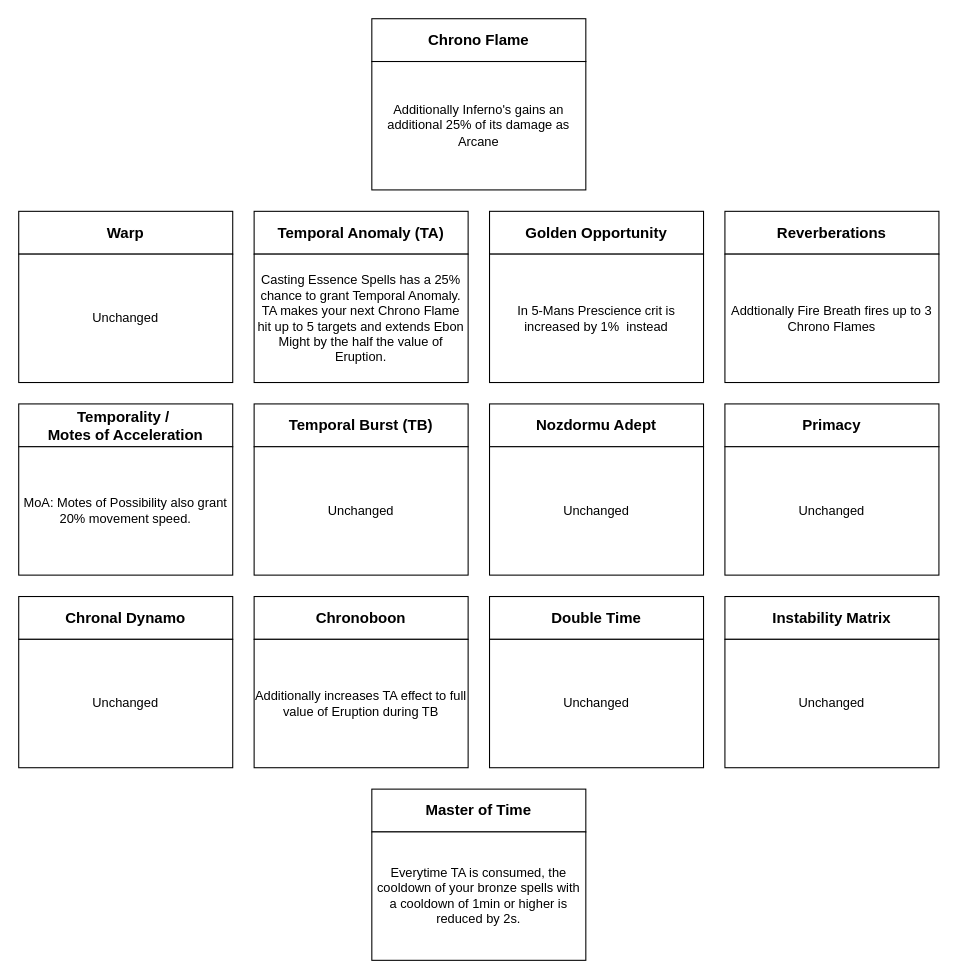
Above: ChronoRework.drawio in Baumritter/DrawIO_Stuff (draw.io), before the change. Source tidied: cells renumbered, new cells numbered last; positions are measured from the earlier drawing's top-left corner, leaving out a move shared by most shapes. Both pictures are drawn from the tidied source at 107%, with x=0, y=0 at pixel (18, 18).
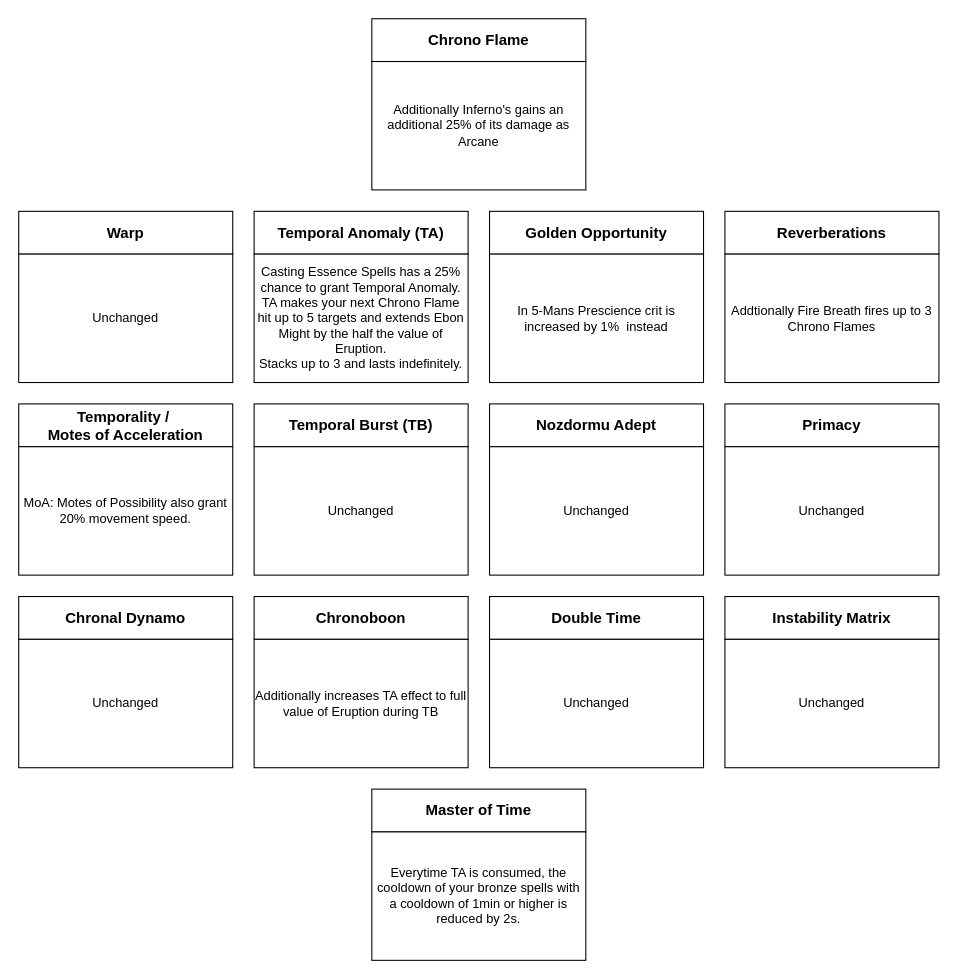
The same diagram, later.

The edit, as a diff of the source:
```diff
@@
-    <mxCell id="13" value="Casting Essence Spells has a 25% chance to grant Temporal Anomaly. TA makes your next Chrono Flame hit up to 5 targets and extends Ebon Might by the half the value of Eruption." style="rounded=0;whiteSpace=wrap;html=1;" parent="1" vertex="1">
+    <mxCell id="13" value="Casting Essence Spells has a 25% chance to grant Temporal Anomaly. TA makes your next Chrono Flame hit up to 5 targets and extends Ebon Might by the half the value of Eruption.&lt;br&gt;Stacks up to 3 and lasts indefinitely." style="rounded=0;whiteSpace=wrap;html=1;" parent="1" vertex="1">
       <mxGeometry x="220" y="220" width="200" height="120" as="geometry" />
     </mxCell>
```
